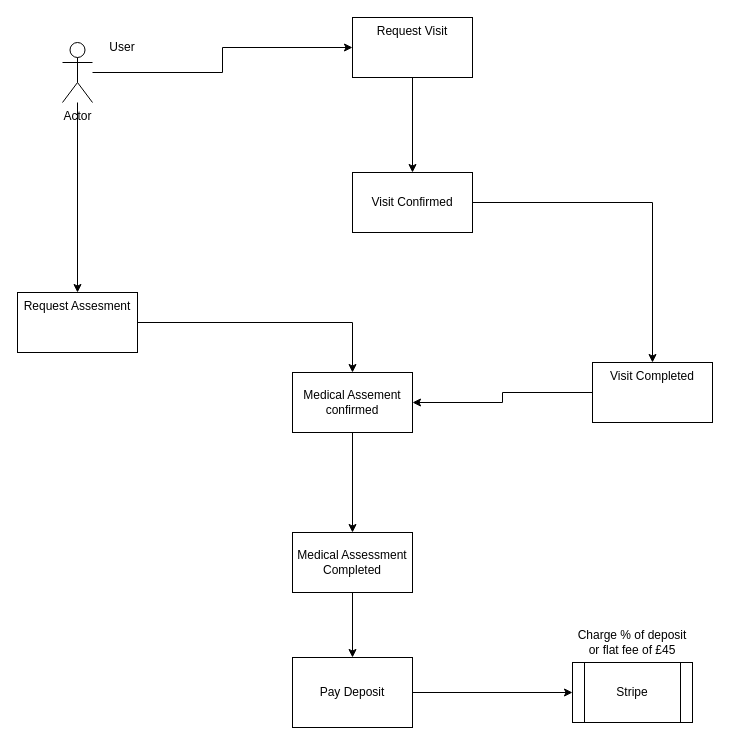
Before: CarehomeHighLevelProcess.drawio in mattwatts36/drawings, a draw.io diagram. Source tidied: cells renumbered, new cells numbered last; positions are measured from the earlier drawing's top-left corner, leaving out a move shared by most shapes. Both pictures are drawn from the tidied source at 100%, with x=0, y=0 at pixel (17, 17).
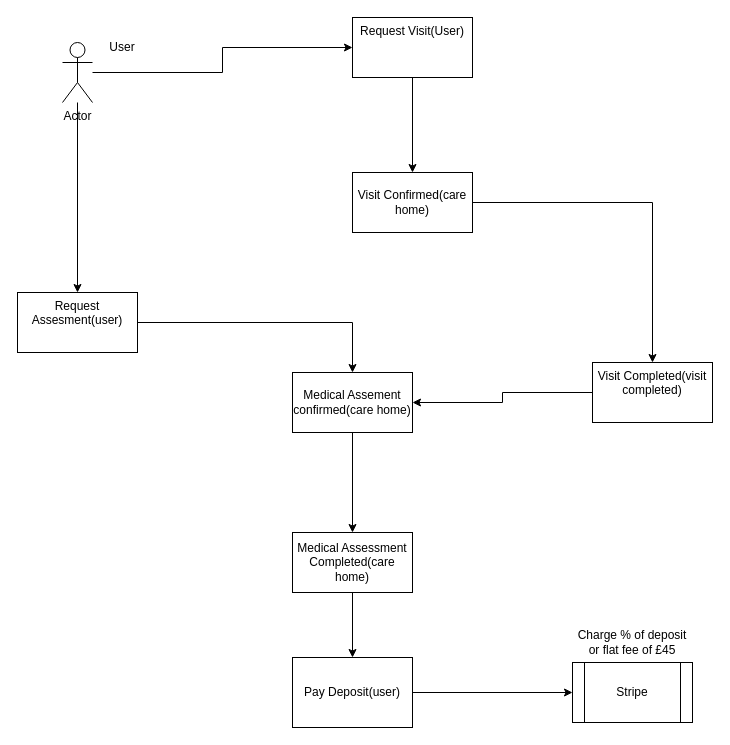
The same diagram, later.

Commit message:
added if the action is for a user or care home

The edit, as a diff of the source:
```diff
@@
-    <mxCell id="6" value="Medical Assement confirmed" style="rounded=0;whiteSpace=wrap;html=1;" parent="1" vertex="1">
+    <mxCell id="6" value="Medical Assement confirmed(care home)" style="rounded=0;whiteSpace=wrap;html=1;" parent="1" vertex="1">
       <mxGeometry x="275" y="355" width="120" height="60" as="geometry" />
     </mxCell>
@@
-    <mxCell id="8" value="Request Visit" style="whiteSpace=wrap;html=1;verticalAlign=top;" parent="1" vertex="1">
+    <mxCell id="8" value="Request Visit(User)" style="whiteSpace=wrap;html=1;verticalAlign=top;" parent="1" vertex="1">
       <mxGeometry x="335" width="120" height="60" as="geometry" />
     </mxCell>
@@
-    <mxCell id="10" value="Request Assesment" style="whiteSpace=wrap;html=1;verticalAlign=top;" parent="1" vertex="1">
+    <mxCell id="10" value="Request Assesment(user)" style="whiteSpace=wrap;html=1;verticalAlign=top;" parent="1" vertex="1">
       <mxGeometry y="275" width="120" height="60" as="geometry" />
     </mxCell>
@@
-    <mxCell id="12" value="Visit Completed" style="whiteSpace=wrap;html=1;verticalAlign=top;" parent="1" vertex="1">
+    <mxCell id="12" value="Visit Completed(visit completed)" style="whiteSpace=wrap;html=1;verticalAlign=top;" parent="1" vertex="1">
       <mxGeometry x="575" y="345" width="120" height="60" as="geometry" />
     </mxCell>
@@
-    <mxCell id="15" value="Medical Assessment Completed" style="whiteSpace=wrap;html=1;rounded=0;" parent="1" vertex="1">
+    <mxCell id="15" value="Medical Assessment Completed(care home)" style="whiteSpace=wrap;html=1;rounded=0;" parent="1" vertex="1">
       <mxGeometry x="275" y="515" width="120" height="60" as="geometry" />
     </mxCell>
@@
-    <mxCell id="18" value="Visit Confirmed" style="rounded=0;whiteSpace=wrap;html=1;" parent="1" vertex="1">
+    <mxCell id="18" value="Visit Confirmed(care home)" style="rounded=0;whiteSpace=wrap;html=1;" parent="1" vertex="1">
       <mxGeometry x="335" y="155" width="120" height="60" as="geometry" />
     </mxCell>
@@
-    <mxCell id="21" value="Pay Deposit" style="whiteSpace=wrap;html=1;rounded=0;" parent="1" vertex="1">
+    <mxCell id="21" value="Pay Deposit(user)" style="whiteSpace=wrap;html=1;rounded=0;" parent="1" vertex="1">
       <mxGeometry x="275" y="640" width="120" height="70" as="geometry" />
     </mxCell>
```
